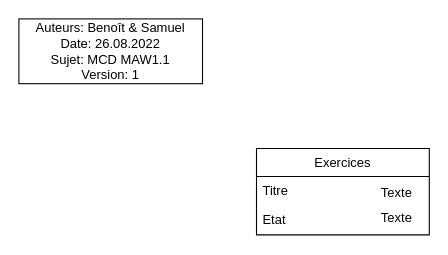
Earlier version of the draw.io diagram modelisation/MCD.drawio (CPNV-ES/MAW1-BPT-SMD). Source tidied: cells renumbered, new cells numbered last; positions are measured from the earlier drawing's top-left corner, leaving out a move shared by most shapes. Both pictures are drawn from the tidied source at 108%, with x=0, y=0 at pixel (18, 18).
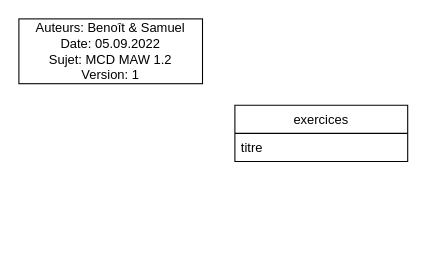
After the change.

Change to the diagram source:
```diff
@@
 <mxGraphModel>
   <root>
     <mxCell id="0" />
     <mxCell id="1" parent="0" />
-    <mxCell id="2" value="Exercices" style="swimlane;fontStyle=0;align=center;verticalAlign=top;horizontal=1;startSize=26;rounded=0;shadow=0;strokeWidth=1;" parent="1" vertex="1">
-      <mxGeometry x="220" y="120" width="160" height="80" as="geometry" />
+    <mxCell id="2" value="exercices" style="swimlane;fontStyle=0;align=center;verticalAlign=top;horizontal=1;startSize=26;rounded=0;shadow=0;strokeWidth=1;" parent="1" vertex="1">
+      <mxGeometry x="200" y="80" width="160" height="52" as="geometry" />
     </mxCell>
-    <mxCell id="3" value="Titre" style="text;align=left;verticalAlign=top;spacingLeft=4;spacingRight=4;overflow=hidden;" parent="2" vertex="1">
+    <mxCell id="3" value="titre" style="text;align=left;verticalAlign=top;spacingLeft=4;spacingRight=4;overflow=hidden;" parent="2" vertex="1">
       <mxGeometry y="26" width="160" height="26" as="geometry" />
     </mxCell>
-    <mxCell id="4" value="Etat" style="text;align=left;verticalAlign=top;spacingLeft=4;spacingRight=4;overflow=hidden;rounded=0;shadow=0;html=0;" parent="2" vertex="1">
-      <mxGeometry y="52" width="160" height="26" as="geometry" />
-    </mxCell>
-    <mxCell id="5" value="Texte" style="text;html=1;strokeColor=none;fillColor=none;align=center;verticalAlign=middle;whiteSpace=wrap;rounded=0;" parent="1" vertex="1">
-      <mxGeometry x="320" y="146" width="60" height="30" as="geometry" />
-    </mxCell>
-    <mxCell id="6" value="Texte" style="text;html=1;strokeColor=none;fillColor=none;align=center;verticalAlign=middle;whiteSpace=wrap;rounded=0;" parent="1" vertex="1">
-      <mxGeometry x="320" y="170" width="60" height="30" as="geometry" />
-    </mxCell>
-    <mxCell id="7" value="Auteurs: Benoît &amp;amp; Samuel&lt;br&gt;Date: 26.08.2022&lt;br&gt;Sujet: MCD MAW1.1&lt;br&gt;Version: 1" style="rounded=0;whiteSpace=wrap;html=1;" parent="1" vertex="1">
+    <mxCell id="7" value="Auteurs: Benoît &amp;amp; Samuel&lt;br&gt;Date: 05.09.2022&lt;br&gt;Sujet: MCD MAW 1.2&lt;br&gt;Version: 1" style="rounded=0;whiteSpace=wrap;html=1;" parent="1" vertex="1">
       <mxGeometry width="170" height="60" as="geometry" />
     </mxCell>
   </root>
 </mxGraphModel>
```
